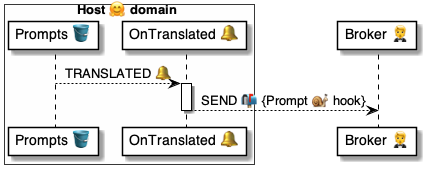
The PlantUML diagram 4 ⚙️ Solution/41 🎭 Domain Roles/Hosts 🤗/🤗🪣 Host tables/Prompts 🤔 table/🪣🔔 12 Translated/🤗 OnHostPromptTranslated ⚙️ uml.png in pollyweb-org/pollyweb-docs, before a commit. Its source is kept beside it as 4 ⚙️ Solution/41 🎭 Domain Roles/Hosts 🤗/🤗🪣 Host tables/Prompts 🤔 table/🪣🔔 12 Translated/🤗 OnHostPromptTranslated ⚙️ uml.puml. The source it was exported from:
```plantuml
@startuml OnPromptTranslated

box Host 🤗 domain #FFFFFD
    participant "Prompts 🪣" as prompts
    participant "OnTranslated 🔔" as handler
end box
participant "Broker 🤵" as broker

prompts --> handler: TRANSLATED 🔔
activate handler
    handler --> broker: SEND 📬 {Prompt 🐌 hook}
deactivate handler


@enduml
```
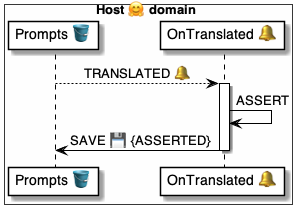
After the change.

What changed in the source:
```diff
@@ -4,11 +4,11 @@
     participant "Prompts 🪣" as prompts
     participant "OnTranslated 🔔" as handler
 end box
-participant "Broker 🤵" as broker
 
 prompts --> handler: TRANSLATED 🔔
 activate handler
-    handler --> broker: SEND 📬 {Prompt 🐌 hook}
+    handler -> handler: ASSERT
+    handler -> prompts: SAVE 💾 {ASSERTED}
 deactivate handler
 
 
```
